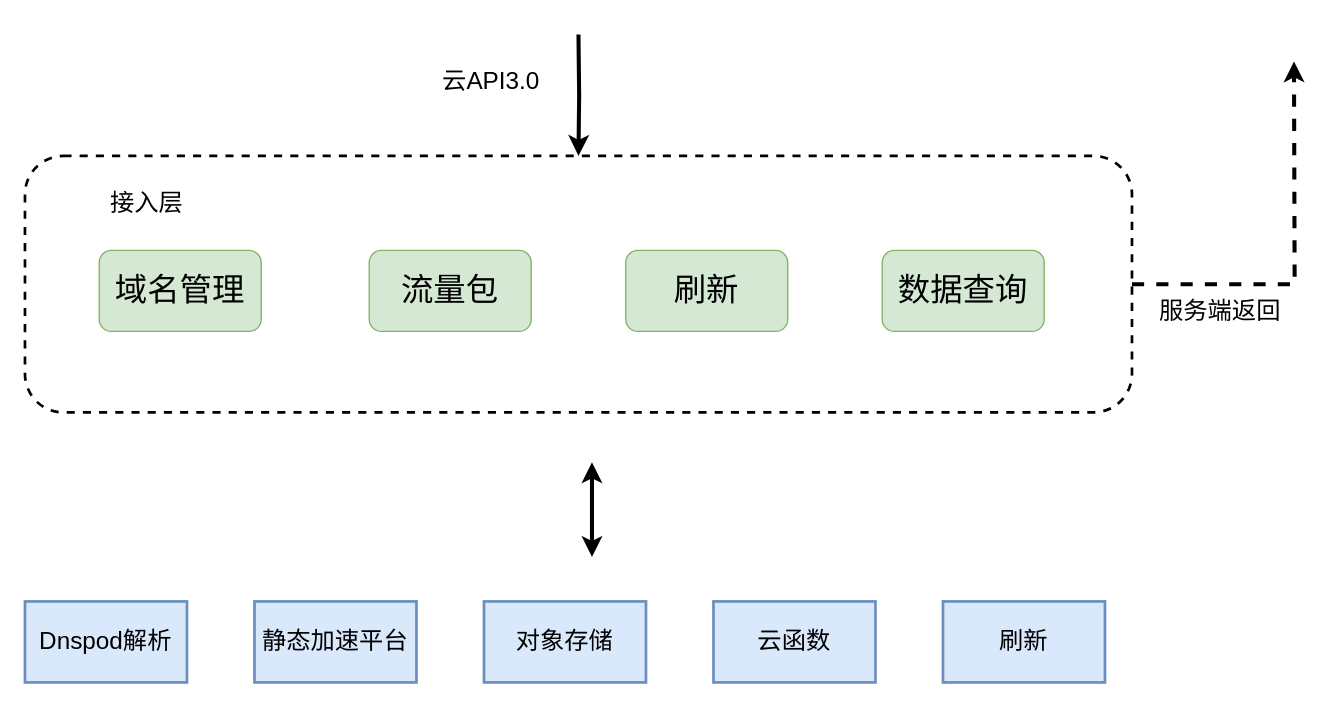
Above: page "第 1 页" (1 of 12) of tcb.drawio in wwCrazy/resume (draw.io), before the change. Source tidied: cells renumbered, new cells numbered last; positions are measured from the earlier drawing's top-left corner, leaving out a move shared by most shapes. Both pictures are drawn from the tidied source at 135%, with x=0, y=0 at pixel (24, 34).
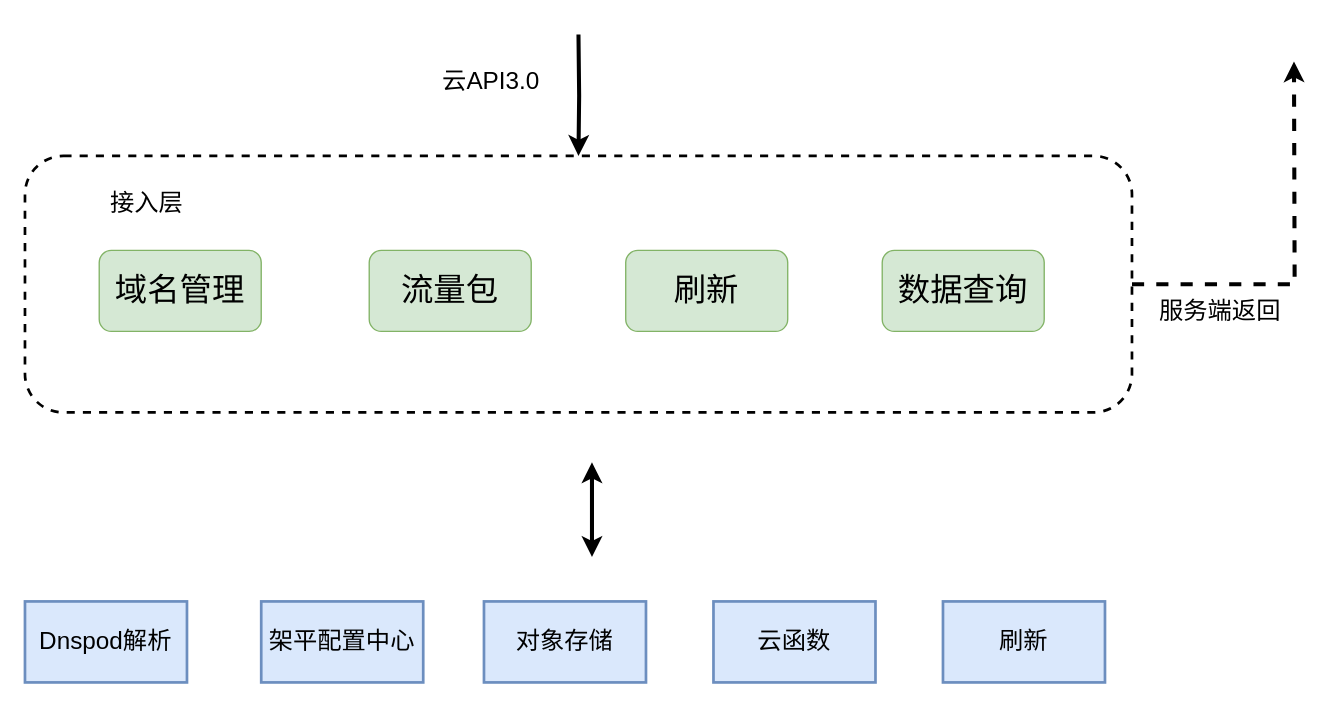
After the change.

Change to the diagram source:
```diff
@@
-    <mxCell id="10" value="静态加速平台" style="rounded=0;whiteSpace=wrap;html=1;strokeWidth=2;fillColor=#dae8fc;strokeColor=#6c8ebf;fontSize=18;" parent="1" vertex="1">
-      <mxGeometry x="170" y="420" width="120" height="60" as="geometry" />
-    </mxCell>
@@
+    <mxCell id="18" value="架平配置中心" style="rounded=0;whiteSpace=wrap;html=1;strokeWidth=2;fillColor=#dae8fc;strokeColor=#6c8ebf;fontSize=18;" parent="1" vertex="1">
+      <mxGeometry x="175" y="420" width="120" height="60" as="geometry" />
+    </mxCell>
```
